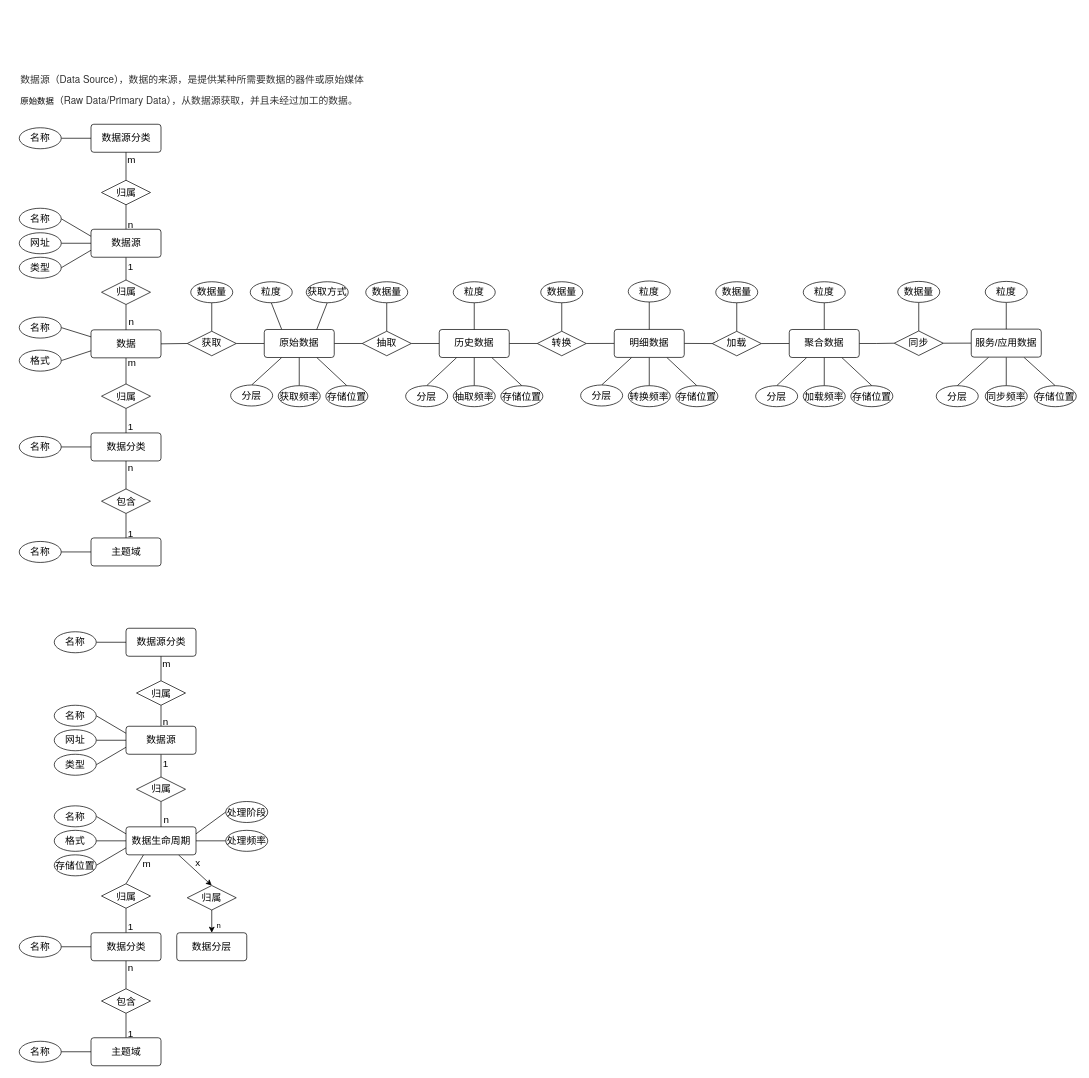
This is page "第 1 页" (1 of 2) of 数据源模型.drawio from wangzijia122/drawio_repository, a draw.io file, before an edit. Source tidied: cells renumbered, new cells numbered last; positions are measured from the earlier drawing's top-left corner, leaving out a move shared by most shapes. Both pictures are drawn from the tidied source at 70%, with x=0, y=0 at pixel (19, 68).
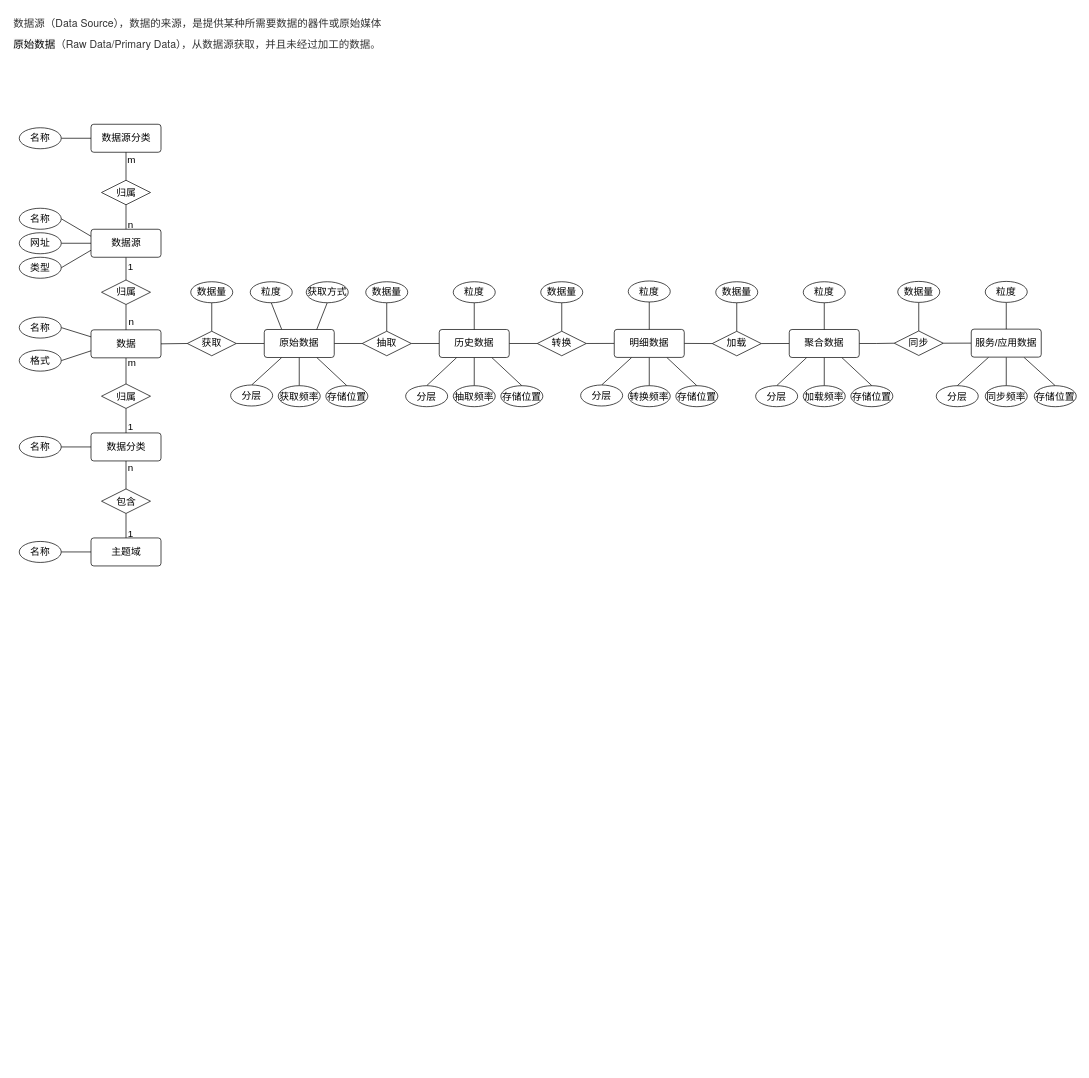
After the change.

Commit message:
更新数据源模型.drawio

What changed in the source:
```diff
@@
-    <mxCell id="2" value="&lt;div style=&quot;text-indent: 0px;&quot;&gt;&lt;span style=&quot;background-color: rgb(255, 255, 255); color: rgb(51, 51, 51); font-family: &amp;quot;Helvetica Neue&amp;quot;, Helvetica, Arial, &amp;quot;PingFang SC&amp;quot;, &amp;quot;Hiragino Sans GB&amp;quot;, &amp;quot;Microsoft YaHei&amp;quot;, &amp;quot;WenQuanYi Micro Hei&amp;quot;, sans-serif, font-extend; font-size: 14px; text-indent: 28px;&quot;&gt;数据源（Data Source），数据的来源，是提供某种所需要数据的器件或原始媒体&lt;/span&gt;&lt;/div&gt;" style="text;html=1;align=left;verticalAlign=middle;strokeColor=none;fillColor=none;" parent="1" vertex="1">
-      <mxGeometry width="520" height="30" as="geometry" />
+    <mxCell id="2" value="&lt;div style=&quot;text-indent: 0px; font-size: 15px;&quot;&gt;&lt;span style=&quot;background-color: rgb(255, 255, 255); color: rgb(51, 51, 51); font-family: &amp;quot;Helvetica Neue&amp;quot;, Helvetica, Arial, &amp;quot;PingFang SC&amp;quot;, &amp;quot;Hiragino Sans GB&amp;quot;, &amp;quot;Microsoft YaHei&amp;quot;, &amp;quot;WenQuanYi Micro Hei&amp;quot;, sans-serif, font-extend; font-size: 15px; text-indent: 28px;&quot;&gt;数据源（Data Source），数据的来源，是提供某种所需要数据的器件或原始媒体&lt;/span&gt;&lt;/div&gt;" style="text;html=1;align=left;verticalAlign=middle;strokeColor=none;fillColor=none;fontSize=15;" parent="1" vertex="1">
+      <mxGeometry x="-10" y="-80" width="560" height="30" as="geometry" />
     </mxCell>
@@
-    <mxCell id="12" value="&lt;div style=&quot;text-indent: 0px;&quot;&gt;&lt;span style=&quot;text-indent: 28px; font-size: 12px; background-color: rgb(251, 251, 251);&quot;&gt;原始数据&lt;/span&gt;&lt;span style=&quot;background-color: rgb(255, 255, 255); color: rgb(51, 51, 51); font-family: &amp;quot;Helvetica Neue&amp;quot;, Helvetica, Arial, &amp;quot;PingFang SC&amp;quot;, &amp;quot;Hiragino Sans GB&amp;quot;, &amp;quot;Microsoft YaHei&amp;quot;, &amp;quot;WenQuanYi Micro Hei&amp;quot;, sans-serif, font-extend; font-size: 14px; text-indent: 28px;&quot;&gt;（Raw Data/Primary Data），从数据源获取，并且未经过加工的数据。&lt;/span&gt;&lt;/div&gt;" style="text;html=1;align=left;verticalAlign=middle;strokeColor=none;fillColor=none;" parent="1" vertex="1">
-      <mxGeometry y="30" width="510" height="30" as="geometry" />
+    <mxCell id="12" value="&lt;div style=&quot;text-indent: 0px; font-size: 15px;&quot;&gt;&lt;span style=&quot;text-indent: 28px; font-size: 15px; background-color: rgb(251, 251, 251);&quot;&gt;原始数据&lt;/span&gt;&lt;span style=&quot;background-color: rgb(255, 255, 255); color: rgb(51, 51, 51); font-family: &amp;quot;Helvetica Neue&amp;quot;, Helvetica, Arial, &amp;quot;PingFang SC&amp;quot;, &amp;quot;Hiragino Sans GB&amp;quot;, &amp;quot;Microsoft YaHei&amp;quot;, &amp;quot;WenQuanYi Micro Hei&amp;quot;, sans-serif, font-extend; font-size: 15px; text-indent: 28px;&quot;&gt;（Raw Data/Primary Data），从数据源获取，并且未经过加工的数据。&lt;/span&gt;&lt;/div&gt;" style="text;html=1;align=left;verticalAlign=middle;strokeColor=none;fillColor=none;fontSize=15;" parent="1" vertex="1">
+      <mxGeometry x="-10" y="-50" width="560" height="30" as="geometry" />
     </mxCell>
@@
-    <mxCell id="112" value="数据源分类" style="rounded=1;arcSize=10;whiteSpace=wrap;html=1;align=center;fontSize=14;" parent="1" vertex="1">
-      <mxGeometry x="152.5" y="800" width="100" height="40" as="geometry" />
-    </mxCell>
-    <mxCell id="113" style="rounded=0;jettySize=auto;html=1;exitX=0.25;exitY=1;exitDx=0;exitDy=0;entryX=0.5;entryY=0;entryDx=0;entryDy=0;endArrow=none;endFill=0;fontSize=14;" parent="1" edge="1" source="119" target="140">
-      <mxGeometry relative="1" as="geometry" />
-    </mxCell>
-    <mxCell id="114" value="m" style="edgeLabel;html=1;align=center;verticalAlign=middle;fontSize=14;" parent="113" vertex="1">
-      <mxGeometry x="-0.56" y="1" relative="1" as="geometry">
-        <mxPoint x="9" y="3" as="offset" />
-      </mxGeometry>
-    </mxCell>
-    <mxCell id="115" style="rounded=0;jettySize=auto;html=1;entryX=0;entryY=0.5;entryDx=0;entryDy=0;endArrow=none;endFill=0;exitX=1;exitY=0.25;exitDx=0;exitDy=0;" parent="1" edge="1" source="119" target="157">
-      <mxGeometry relative="1" as="geometry" />
-    </mxCell>
-    <mxCell id="116" style="rounded=0;jettySize=auto;html=1;exitX=1;exitY=0.5;exitDx=0;exitDy=0;entryX=0;entryY=0.5;entryDx=0;entryDy=0;endArrow=none;endFill=0;" parent="1" edge="1" source="119" target="160">
-      <mxGeometry relative="1" as="geometry" />
-    </mxCell>
-    <mxCell id="117" style="rounded=0;jettySize=auto;html=1;exitX=0.75;exitY=1;exitDx=0;exitDy=0;entryX=0.5;entryY=0;entryDx=0;entryDy=0;" parent="1" edge="1" source="119" target="169">
-      <mxGeometry relative="1" as="geometry" />
-    </mxCell>
-    <mxCell id="118" value="x" style="edgeLabel;html=1;align=center;verticalAlign=middle;fontSize=14;" parent="117" vertex="1">
-      <mxGeometry x="-0.61" relative="1" as="geometry">
-        <mxPoint x="17" y="2" as="offset" />
-      </mxGeometry>
-    </mxCell>
-    <mxCell id="119" value="数据生命周期" style="rounded=1;arcSize=10;whiteSpace=wrap;html=1;align=center;fontSize=14;" parent="1" vertex="1">
-      <mxGeometry x="152.5" y="1083.7" width="100" height="40" as="geometry" />
-    </mxCell>
-    <mxCell id="120" style="rounded=0;jettySize=auto;html=1;exitX=1;exitY=0.5;exitDx=0;exitDy=0;entryX=0;entryY=0.25;entryDx=0;entryDy=0;endArrow=none;endFill=0;fontSize=14;" parent="1" edge="1" source="121" target="119">
-      <mxGeometry relative="1" as="geometry" />
-    </mxCell>
-    <mxCell id="121" value="名称" style="ellipse;whiteSpace=wrap;html=1;align=center;fontSize=14;" parent="1" vertex="1">
-      <mxGeometry x="50" y="1053.7" width="60" height="30" as="geometry" />
-    </mxCell>
-    <mxCell id="122" style="rounded=0;jettySize=auto;html=1;exitX=1;exitY=0.5;exitDx=0;exitDy=0;entryX=0;entryY=0.5;entryDx=0;entryDy=0;endArrow=none;endFill=0;fontSize=14;" parent="1" edge="1" source="123" target="119">
-      <mxGeometry relative="1" as="geometry" />
-    </mxCell>
-    <mxCell id="123" value="格式" style="ellipse;whiteSpace=wrap;html=1;align=center;fontSize=14;" parent="1" vertex="1">
-      <mxGeometry x="50" y="1088.7" width="60" height="30" as="geometry" />
-    </mxCell>
-    <mxCell id="124" style="rounded=0;jettySize=auto;html=1;exitX=0.5;exitY=1;exitDx=0;exitDy=0;endArrow=none;endFill=0;fontSize=14;" parent="1" edge="1" source="126" target="119">
-      <mxGeometry relative="1" as="geometry" />
-    </mxCell>
-    <mxCell id="125" value="n" style="edgeLabel;html=1;align=center;verticalAlign=middle;fontSize=14;" parent="124" vertex="1">
-      <mxGeometry x="0.51" y="2" relative="1" as="geometry">
-        <mxPoint x="5" y="-2" as="offset" />
-      </mxGeometry>
-    </mxCell>
-    <mxCell id="126" value="归属" style="shape=rhombus;perimeter=rhombusPerimeter;whiteSpace=wrap;html=1;align=center;fontSize=14;" parent="1" vertex="1">
-      <mxGeometry x="167.5" y="1012.5" width="70" height="35" as="geometry" />
-    </mxCell>
-    <mxCell id="127" style="rounded=0;jettySize=auto;html=1;exitX=0.5;exitY=1;exitDx=0;exitDy=0;entryX=0.5;entryY=0;entryDx=0;entryDy=0;endArrow=none;endFill=0;fontSize=14;" parent="1" edge="1" source="131" target="126">
-      <mxGeometry relative="1" as="geometry" />
-    </mxCell>
-    <mxCell id="128" value="1" style="edgeLabel;html=1;align=center;verticalAlign=middle;fontSize=14;" parent="127" vertex="1">
-      <mxGeometry x="-0.71" y="1" relative="1" as="geometry">
-        <mxPoint x="5" y="8" as="offset" />
-      </mxGeometry>
-    </mxCell>
-    <mxCell id="129" style="rounded=0;jettySize=auto;html=1;exitX=0.5;exitY=0;exitDx=0;exitDy=0;entryX=0.5;entryY=1;entryDx=0;entryDy=0;endArrow=none;endFill=0;fontSize=14;" parent="1" edge="1" source="131" target="154">
-      <mxGeometry relative="1" as="geometry" />
-    </mxCell>
-    <mxCell id="130" value="n" style="edgeLabel;html=1;align=center;verticalAlign=middle;fontSize=14;" parent="129" vertex="1">
-      <mxGeometry x="-0.47" relative="1" as="geometry">
-        <mxPoint x="6" y="1" as="offset" />
-      </mxGeometry>
-    </mxCell>
-    <mxCell id="131" value="数据源" style="rounded=1;arcSize=10;whiteSpace=wrap;html=1;align=center;fontSize=14;" parent="1" vertex="1">
-      <mxGeometry x="152.5" y="940" width="100" height="40" as="geometry" />
-    </mxCell>
-    <mxCell id="132" style="rounded=0;jettySize=auto;html=1;exitX=1;exitY=0.5;exitDx=0;exitDy=0;entryX=0;entryY=0.75;entryDx=0;entryDy=0;endArrow=none;endFill=0;fontSize=14;" parent="1" edge="1" source="133" target="131">
-      <mxGeometry relative="1" as="geometry" />
-    </mxCell>
-    <mxCell id="133" value="类型" style="ellipse;whiteSpace=wrap;html=1;align=center;fontSize=14;" parent="1" vertex="1">
-      <mxGeometry x="50" y="980" width="60" height="30" as="geometry" />
-    </mxCell>
-    <mxCell id="134" style="rounded=0;jettySize=auto;html=1;exitX=1;exitY=0.5;exitDx=0;exitDy=0;entryX=0;entryY=0.5;entryDx=0;entryDy=0;endArrow=none;endFill=0;fontSize=14;" parent="1" edge="1" source="135" target="131">
-      <mxGeometry relative="1" as="geometry" />
-    </mxCell>
-    <mxCell id="135" value="网址" style="ellipse;whiteSpace=wrap;html=1;align=center;fontSize=14;" parent="1" vertex="1">
-      <mxGeometry x="50" y="945" width="60" height="30" as="geometry" />
-    </mxCell>
-    <mxCell id="136" style="rounded=0;jettySize=auto;html=1;exitX=1;exitY=0.5;exitDx=0;exitDy=0;entryX=0;entryY=0.25;entryDx=0;entryDy=0;endArrow=none;endFill=0;fontSize=14;" parent="1" edge="1" source="137" target="131">
-      <mxGeometry relative="1" as="geometry" />
-    </mxCell>
-    <mxCell id="137" value="名称" style="ellipse;whiteSpace=wrap;html=1;align=center;fontSize=14;" parent="1" vertex="1">
-      <mxGeometry x="50" y="910" width="60" height="30" as="geometry" />
-    </mxCell>
-    <mxCell id="138" style="rounded=0;jettySize=auto;html=1;exitX=0.5;exitY=1;exitDx=0;exitDy=0;entryX=0.5;entryY=0;entryDx=0;entryDy=0;endArrow=none;endFill=0;fontSize=14;" parent="1" edge="1" source="140" target="144">
-      <mxGeometry relative="1" as="geometry" />
-    </mxCell>
-    <mxCell id="139" value="1" style="edgeLabel;html=1;align=center;verticalAlign=middle;fontSize=14;" parent="138" vertex="1">
-      <mxGeometry x="0.43" y="2" relative="1" as="geometry">
-        <mxPoint x="4" as="offset" />
-      </mxGeometry>
-    </mxCell>
-    <mxCell id="140" value="归属" style="shape=rhombus;perimeter=rhombusPerimeter;whiteSpace=wrap;html=1;align=center;fontSize=14;" parent="1" vertex="1">
-      <mxGeometry x="117.5" y="1165" width="70" height="35" as="geometry" />
-    </mxCell>
-    <mxCell id="141" style="rounded=0;jettySize=auto;html=1;exitX=0.5;exitY=1;exitDx=0;exitDy=0;entryX=0.5;entryY=0;entryDx=0;entryDy=0;endArrow=none;endFill=0;fontSize=14;" parent="1" edge="1" source="144" target="148">
-      <mxGeometry relative="1" as="geometry" />
-    </mxCell>
-    <mxCell id="142" value="n" style="edgeLabel;html=1;align=center;verticalAlign=middle;fontSize=14;" parent="141" vertex="1">
-      <mxGeometry x="-0.56" y="1" relative="1" as="geometry">
-        <mxPoint x="5" as="offset" />
-      </mxGeometry>
-    </mxCell>
-    <mxCell id="143" style="rounded=0;jettySize=auto;html=1;exitX=0;exitY=0.5;exitDx=0;exitDy=0;entryX=1;entryY=0.5;entryDx=0;entryDy=0;endArrow=none;endFill=0;fontSize=14;" parent="1" edge="1" source="144" target="145">
-      <mxGeometry relative="1" as="geometry" />
-    </mxCell>
-    <mxCell id="144" value="数据分类" style="rounded=1;arcSize=10;whiteSpace=wrap;html=1;align=center;fontSize=14;" parent="1" vertex="1">
-      <mxGeometry x="102.5" y="1235" width="100" height="40" as="geometry" />
-    </mxCell>
-    <mxCell id="145" value="名称" style="ellipse;whiteSpace=wrap;html=1;align=center;fontSize=14;" parent="1" vertex="1">
-      <mxGeometry y="1240" width="60" height="30" as="geometry" />
-    </mxCell>
-    <mxCell id="146" style="rounded=0;jettySize=auto;html=1;exitX=0.5;exitY=1;exitDx=0;exitDy=0;entryX=0.5;entryY=0;entryDx=0;entryDy=0;endArrow=none;endFill=0;fontSize=14;" parent="1" edge="1" source="148" target="150">
-      <mxGeometry relative="1" as="geometry" />
-    </mxCell>
-    <mxCell id="147" value="1" style="edgeLabel;html=1;align=center;verticalAlign=middle;fontSize=14;" parent="146" vertex="1">
-      <mxGeometry x="0.56" y="1" relative="1" as="geometry">
-        <mxPoint x="5" y="1" as="offset" />
-      </mxGeometry>
-    </mxCell>
-    <mxCell id="148" value="包含" style="shape=rhombus;perimeter=rhombusPerimeter;whiteSpace=wrap;html=1;align=center;fontSize=14;" parent="1" vertex="1">
-      <mxGeometry x="117.5" y="1315" width="70" height="35" as="geometry" />
-    </mxCell>
-    <mxCell id="149" style="rounded=0;jettySize=auto;html=1;exitX=0;exitY=0.5;exitDx=0;exitDy=0;entryX=1;entryY=0.5;entryDx=0;entryDy=0;endArrow=none;endFill=0;fontSize=14;" parent="1" edge="1" source="150" target="151">
-      <mxGeometry relative="1" as="geometry" />
-    </mxCell>
-    <mxCell id="150" value="主题域" style="rounded=1;arcSize=10;whiteSpace=wrap;html=1;align=center;fontSize=14;" parent="1" vertex="1">
-      <mxGeometry x="102.5" y="1385" width="100" height="40" as="geometry" />
-    </mxCell>
-    <mxCell id="151" value="名称" style="ellipse;whiteSpace=wrap;html=1;align=center;fontSize=14;" parent="1" vertex="1">
-      <mxGeometry y="1390" width="60" height="30" as="geometry" />
-    </mxCell>
-    <mxCell id="152" style="rounded=0;jettySize=auto;html=1;exitX=0.5;exitY=0;exitDx=0;exitDy=0;entryX=0.5;entryY=1;entryDx=0;entryDy=0;endArrow=none;endFill=0;fontSize=14;" parent="1" edge="1" source="154" target="112">
-      <mxGeometry relative="1" as="geometry" />
-    </mxCell>
-    <mxCell id="153" value="m" style="edgeLabel;html=1;align=center;verticalAlign=middle;fontSize=14;" parent="152" vertex="1">
-      <mxGeometry x="0.82" y="-1" relative="1" as="geometry">
-        <mxPoint x="6" y="7" as="offset" />
-      </mxGeometry>
-    </mxCell>
-    <mxCell id="154" value="归属" style="shape=rhombus;perimeter=rhombusPerimeter;whiteSpace=wrap;html=1;align=center;fontSize=14;" parent="1" vertex="1">
-      <mxGeometry x="167.5" y="875" width="70" height="35" as="geometry" />
-    </mxCell>
-    <mxCell id="155" style="rounded=0;jettySize=auto;html=1;exitX=1;exitY=0.5;exitDx=0;exitDy=0;entryX=0;entryY=0.5;entryDx=0;entryDy=0;endArrow=none;endFill=0;fontSize=14;" parent="1" edge="1" source="156" target="112">
-      <mxGeometry relative="1" as="geometry" />
-    </mxCell>
-    <mxCell id="156" value="名称" style="ellipse;whiteSpace=wrap;html=1;align=center;fontSize=14;" parent="1" vertex="1">
-      <mxGeometry x="50" y="805" width="60" height="30" as="geometry" />
-    </mxCell>
-    <mxCell id="157" value="处理阶段" style="ellipse;whiteSpace=wrap;html=1;align=center;fontSize=14;" parent="1" vertex="1">
-      <mxGeometry x="295" y="1047.5" width="60" height="30" as="geometry" />
-    </mxCell>
-    <mxCell id="158" style="rounded=0;jettySize=auto;html=1;exitX=1;exitY=0.5;exitDx=0;exitDy=0;entryX=0;entryY=0.75;entryDx=0;entryDy=0;endArrow=none;endFill=0;" parent="1" edge="1" source="159" target="119">
-      <mxGeometry relative="1" as="geometry" />
-    </mxCell>
-    <mxCell id="159" value="存储位置" style="ellipse;whiteSpace=wrap;html=1;align=center;fontSize=14;" parent="1" vertex="1">
-      <mxGeometry x="50" y="1123.7" width="60" height="30" as="geometry" />
-    </mxCell>
-    <mxCell id="160" value="处理频率" style="ellipse;whiteSpace=wrap;html=1;align=center;fontSize=14;" parent="1" vertex="1">
-      <mxGeometry x="295" y="1088.7" width="60" height="30" as="geometry" />
-    </mxCell>
@@
-    <mxCell id="166" value="数据分层" style="rounded=1;arcSize=10;whiteSpace=wrap;html=1;align=center;fontSize=14;" parent="1" vertex="1">
-      <mxGeometry x="225" y="1235" width="100" height="40" as="geometry" />
-    </mxCell>
-    <mxCell id="167" style="edgeStyle=orthogonalEdgeStyle;rounded=0;jettySize=auto;html=1;exitX=0.5;exitY=1;exitDx=0;exitDy=0;entryX=0.5;entryY=0;entryDx=0;entryDy=0;" parent="1" edge="1" source="169" target="166">
-      <mxGeometry relative="1" as="geometry" />
-    </mxCell>
-    <mxCell id="168" value="n" style="edgeLabel;html=1;align=center;verticalAlign=middle;" parent="167" vertex="1">
-      <mxGeometry x="0.11" y="1" relative="1" as="geometry">
-        <mxPoint x="8" y="3" as="offset" />
-      </mxGeometry>
-    </mxCell>
-    <mxCell id="169" value="归属" style="shape=rhombus;perimeter=rhombusPerimeter;whiteSpace=wrap;html=1;align=center;fontSize=14;" parent="1" vertex="1">
-      <mxGeometry x="240" y="1167.5" width="70" height="35" as="geometry" />
-    </mxCell>
```
